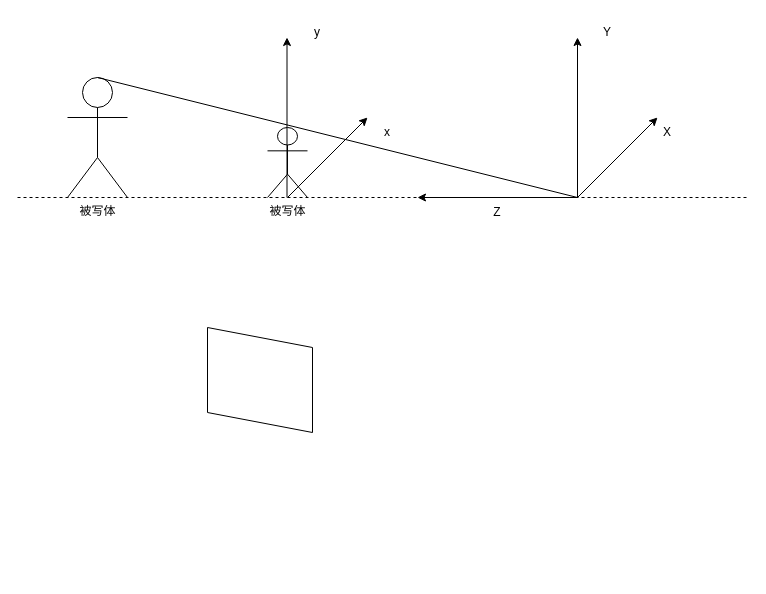
Earlier version of the draw.io diagram doc/pic/PPM.drawio (Ryota-Cy/ImageProcessTraining). Source tidied: cells renumbered, new cells numbered last; positions are measured from the earlier drawing's top-left corner, leaving out a move shared by most shapes. Both pictures are drawn from the tidied source at 100%, with x=0, y=0 at pixel (17, 17).
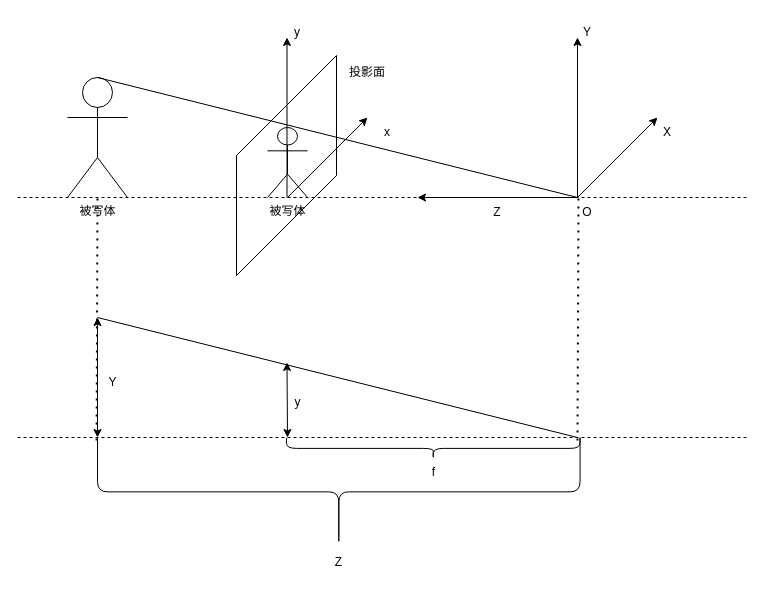
Above is the later version.

Commit message (it also covers changes not shown here):
PPM.drawio を更新します

Diff of the diagram source:
```diff
@@
     <mxCell id="7" value="Y" style="text;html=1;align=center;verticalAlign=middle;whiteSpace=wrap;rounded=0;" parent="1" vertex="1">
-      <mxGeometry x="560" width="60" height="30" as="geometry" />
+      <mxGeometry x="540" width="60" height="30" as="geometry" />
     </mxCell>
@@
     <mxCell id="15" value="y" style="text;html=1;align=center;verticalAlign=middle;whiteSpace=wrap;rounded=0;" parent="1" vertex="1">
-      <mxGeometry x="270" width="60" height="30" as="geometry" />
+      <mxGeometry x="250" width="60" height="30" as="geometry" />
     </mxCell>
-    <mxCell id="16" style="shape=parallelogram;perimeter=parallelogramPerimeter;whiteSpace=wrap;html=1;fixedSize=1;rotation=-90;enumerate=0;fixedWidth=0;noLabel=0;direction=west;fixDash=0;" parent="1" vertex="1">
-      <mxGeometry x="190" y="310" width="105" height="105" as="geometry" />
-    </mxCell>
+    <mxCell id="17" style="endArrow=none;html=1;rounded=0;" parent="1" edge="1">
+      <mxGeometry relative="1" as="geometry">
+        <mxPoint x="219" y="258" as="sourcePoint" />
+        <mxPoint x="319" y="158" as="targetPoint" />
+      </mxGeometry>
+    </mxCell>
+    <mxCell id="18" style="endArrow=none;html=1;rounded=0;" parent="1" edge="1">
+      <mxGeometry relative="1" as="geometry">
+        <mxPoint x="219" y="258" as="sourcePoint" />
+        <mxPoint x="219" y="138" as="targetPoint" />
+      </mxGeometry>
+    </mxCell>
+    <mxCell id="19" style="endArrow=none;html=1;rounded=0;" parent="1" edge="1">
+      <mxGeometry relative="1" as="geometry">
+        <mxPoint x="319" y="158" as="sourcePoint" />
+        <mxPoint x="319" y="38" as="targetPoint" />
+      </mxGeometry>
+    </mxCell>
+    <mxCell id="20" style="endArrow=none;html=1;rounded=0;" parent="1" edge="1">
+      <mxGeometry relative="1" as="geometry">
+        <mxPoint x="219" y="138" as="sourcePoint" />
+        <mxPoint x="319" y="38" as="targetPoint" />
+      </mxGeometry>
+    </mxCell>
+    <mxCell id="21" value="投影面" style="text;html=1;align=center;verticalAlign=middle;whiteSpace=wrap;rounded=0;" parent="1" vertex="1">
+      <mxGeometry x="320" y="40" width="60" height="30" as="geometry" />
+    </mxCell>
+    <mxCell id="22" style="endArrow=none;dashed=1;html=1;rounded=0;" parent="1" edge="1">
+      <mxGeometry relative="1" as="geometry">
+        <mxPoint y="420" as="sourcePoint" />
+        <mxPoint x="730" y="420" as="targetPoint" />
+      </mxGeometry>
+    </mxCell>
+    <mxCell id="23" style="endArrow=none;html=1;rounded=0;exitX=0.5;exitY=0;exitDx=0;exitDy=0;exitPerimeter=0;" parent="1" edge="1">
+      <mxGeometry relative="1" as="geometry">
+        <mxPoint x="80" y="300" as="sourcePoint" />
+        <mxPoint x="560" y="420" as="targetPoint" />
+      </mxGeometry>
+    </mxCell>
+    <mxCell id="24" value="Y" style="text;html=1;align=center;verticalAlign=middle;strokeColor=none;fillColor=none;" parent="1" vertex="1">
+      <mxGeometry x="80" y="350" width="30" height="30" as="geometry" />
+    </mxCell>
+    <mxCell id="25" style="endArrow=classic;startArrow=classic;html=1;rounded=0;entryX=0.5;entryY=0;entryDx=0;entryDy=0;entryPerimeter=0;" parent="1" edge="1">
+      <mxGeometry relative="1" as="geometry">
+        <mxPoint x="80" y="420" as="sourcePoint" />
+        <mxPoint x="80" y="300" as="targetPoint" />
+      </mxGeometry>
+    </mxCell>
+    <mxCell id="26" style="endArrow=classic;startArrow=classic;html=1;rounded=0;entryX=0.5;entryY=0;entryDx=0;entryDy=0;entryPerimeter=0;" parent="1" edge="1">
+      <mxGeometry relative="1" as="geometry">
+        <mxPoint x="270" y="420" as="sourcePoint" />
+        <mxPoint x="269.5" y="345" as="targetPoint" />
+      </mxGeometry>
+    </mxCell>
+    <mxCell id="27" value="y" style="text;html=1;align=center;verticalAlign=middle;strokeColor=none;fillColor=none;" parent="1" vertex="1">
+      <mxGeometry x="265" y="370" width="30" height="30" as="geometry" />
+    </mxCell>
+    <mxCell id="28" style="shape=curlyBracket;whiteSpace=wrap;html=1;rounded=1;flipH=1;labelPosition=right;verticalLabelPosition=middle;align=left;verticalAlign=middle;rotation=90;" parent="1" vertex="1">
+      <mxGeometry x="266.9" y="233.1" width="108.8" height="482.5" as="geometry" />
+    </mxCell>
+    <mxCell id="29" value="Z" style="text;html=1;align=center;verticalAlign=middle;strokeColor=none;fillColor=none;" parent="1" vertex="1">
+      <mxGeometry x="306.3" y="530" width="30" height="30" as="geometry" />
+    </mxCell>
+    <mxCell id="30" style="shape=curlyBracket;whiteSpace=wrap;html=1;rounded=1;flipH=1;labelPosition=right;verticalLabelPosition=middle;align=left;verticalAlign=middle;rotation=90;" parent="1" vertex="1">
+      <mxGeometry x="405.2" y="284.1" width="21.1" height="293.6" as="geometry" />
+    </mxCell>
+    <mxCell id="31" value="f" style="text;html=1;align=center;verticalAlign=middle;strokeColor=none;fillColor=none;" parent="1" vertex="1">
+      <mxGeometry x="400.8" y="440" width="30" height="30" as="geometry" />
+    </mxCell>
+    <mxCell id="32" style="endArrow=none;dashed=1;html=1;dashPattern=1 3;strokeWidth=2;rounded=0;exitX=0.972;exitY=1.002;exitDx=0;exitDy=0;exitPerimeter=0;" parent="1" edge="1" source="28">
+      <mxGeometry relative="1" as="geometry">
+        <mxPoint x="80" y="180" as="targetPoint" />
+      </mxGeometry>
+    </mxCell>
+    <mxCell id="33" style="endArrow=none;dashed=1;html=1;dashPattern=1 3;strokeWidth=2;rounded=0;exitX=0.972;exitY=1.002;exitDx=0;exitDy=0;exitPerimeter=0;" parent="1" edge="1">
+      <mxGeometry relative="1" as="geometry">
+        <mxPoint x="560" y="423" as="sourcePoint" />
+        <mxPoint x="561" y="180" as="targetPoint" />
+      </mxGeometry>
+    </mxCell>
+    <mxCell id="34" value="O" style="text;html=1;align=center;verticalAlign=middle;whiteSpace=wrap;rounded=0;" parent="1" vertex="1">
+      <mxGeometry x="540" y="180" width="60" height="30" as="geometry" />
+    </mxCell>
```
